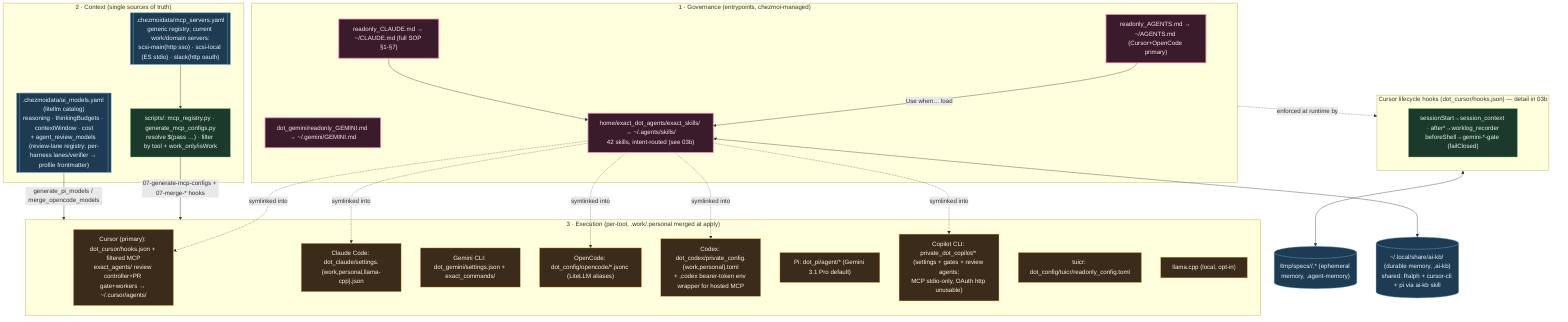
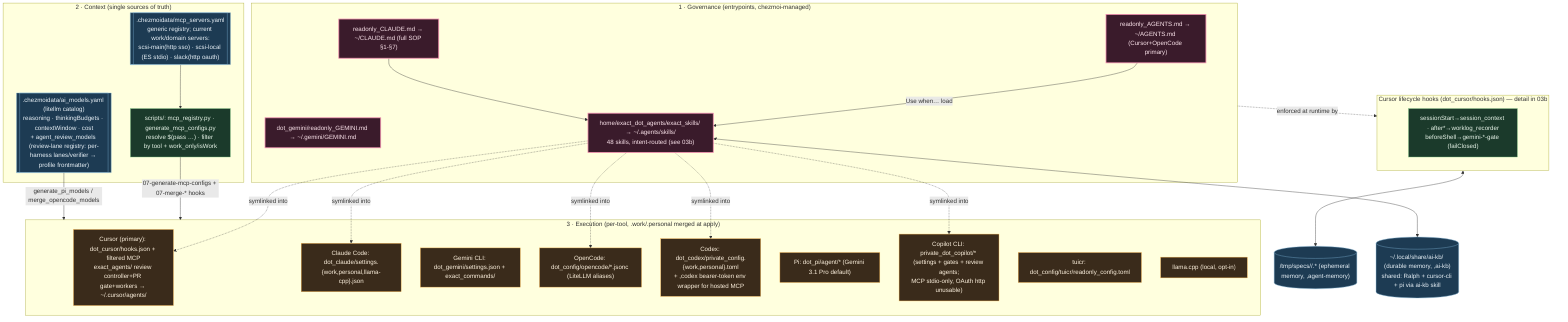
%% ============================================================================
%% 03-agentic-os.mmd — Agentic OS: governance + context + execution layers.
%% Entry SOPs + MCP/model registries + per-tool config generation.
%% Skills/hooks file-level detail → 03b. Per-tool config files → 12.
%% ============================================================================
flowchart TB
    classDef gov fill:#3a1b2b,stroke:#f48fb1,color:#fce4ec,stroke-width:2px;
    classDef ctx fill:#1b3a2b,stroke:#81c784,color:#e8f5e9;
    classDef exec fill:#3a2b1b,stroke:#ffb74d,color:#fff3e0;
    classDef data fill:#1d3b53,stroke:#7fb3d5,color:#eaf2f8;

    subgraph GOV["1 · Governance (entrypoints, chezmoi-managed)"]
        AG["readonly_AGENTS.md → ~/AGENTS.md (Cursor+OpenCode primary)"]:::gov
        CL["readonly_CLAUDE.md → ~/CLAUDE.md (full SOP §1-§7)"]:::gov
        GM["dot_gemini/readonly_GEMINI.md → ~/.gemini/GEMINI.md"]:::gov
-         SK["home/exact_dot_agents/exact_skills/ → ~/.agents/skills/<br/>42 skills, intent-routed (see 03b)"]:::gov
+         SK["home/exact_dot_agents/exact_skills/ → ~/.agents/skills/<br/>48 skills, intent-routed (see 03b)"]:::gov
        AG -->|Use when… load| SK
        CL --> SK
    end

    subgraph CTX["2 · Context (single sources of truth)"]
        REG[[".chezmoidata/mcp_servers.yaml<br/>generic registry; current work/domain servers:<br/>scsi-main(http sso) · scsi-local (ES stdio) · slack(http oauth)"]]:::data
        MODELS[[".chezmoidata/ai_models.yaml (litellm catalog)<br/>reasoning · thinkingBudgets · contextWindow · cost<br/>+ agent_review_models (review-lane registry: per-harness lanes/verifier → profile frontmatter)"]]:::data
        GEN["scripts/: mcp_registry.py · generate_mcp_configs.py<br/>resolve $(pass …) · filter by tool + work_only/isWork"]:::ctx
        REG --> GEN
    end

    subgraph EXECL["3 · Execution (per-tool, .work/.personal merged at apply)"]
        CURSOR["Cursor (primary): dot_cursor/hooks.json + filtered MCP<br/>exact_agents/ review controller+PR gate+workers → ~/.cursor/agents/"]:::exec
        CLAUDE["Claude Code: dot_claude/settings.{work,personal,llama-cpp}.json"]:::exec
        GEMINI["Gemini CLI: dot_gemini/settings.json + exact_commands/"]:::exec
        OPENCODE["OpenCode: dot_config/opencode/*.jsonc (LiteLLM aliases)"]:::exec
        CODEX["Codex: dot_codex/private_config.{work,personal}.toml<br/>+ ,codex bearer-token env wrapper for hosted MCP"]:::exec
        PI["Pi: dot_pi/agent/* (Gemini 3.1 Pro default)"]:::exec
        COPILOT["Copilot CLI: private_dot_copilot/* (settings + gates + review agents;<br/>MCP stdio-only, OAuth http unusable)"]:::exec
        TUICR["tuicr: dot_config/tuicr/readonly_config.toml"]:::exec
        LOCAL["llama.cpp (local, opt-in)"]:::exec
    end

    GEN -->|07-generate-mcp-configs + 07-merge-* hooks| EXECL
    MODELS -->|generate_pi_models / merge_opencode_models| EXECL
    SK -. symlinked into .-> CURSOR & CLAUDE & OPENCODE & CODEX & COPILOT

    subgraph HOOKS["Cursor lifecycle hooks (dot_cursor/hooks.json) — detail in 03b"]
        H["sessionStart→session_context · after*→worklog_recorder<br/>beforeShell→gemini-*-gate (failClosed)"]:::ctx
    end
    GOV -.enforced at runtime by.-> HOOKS
    MEM[("/tmp/specs/<pwd>/<topic>.* (ephemeral memory, ,agent-memory)")]:::data
    HOOKS <--> MEM
    KBDB[("~/.local/share/ai-kb/ (durable memory, ,ai-kb)<br/>shared: Ralph + cursor-cli + pi via ai-kb skill")]:::data
    SK <--> KBDB
